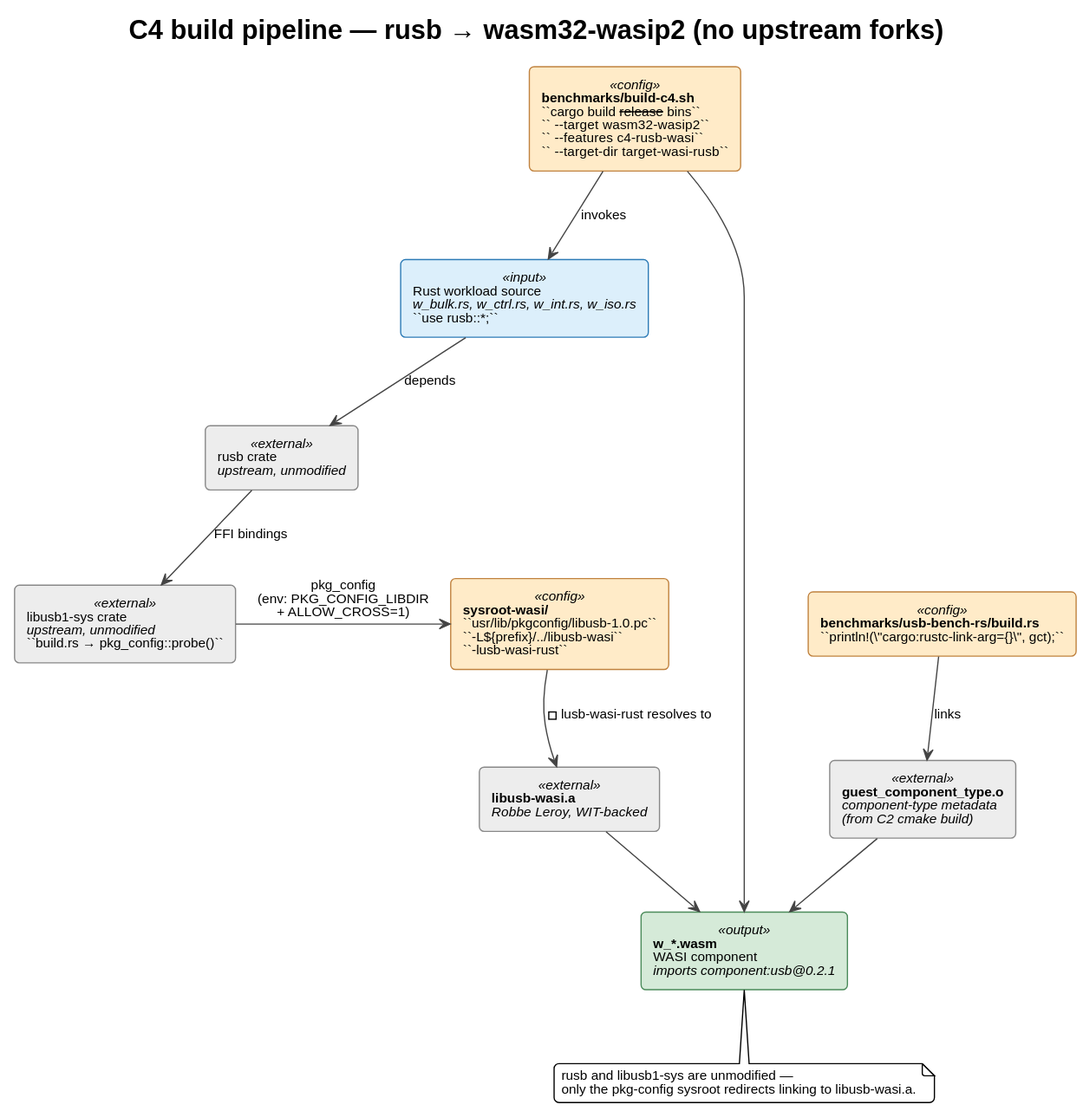
Above: diagrams/crosscompile_pipeline.svg in idlab-discover/masters-sibren-wieme (PlantUML), before the change.
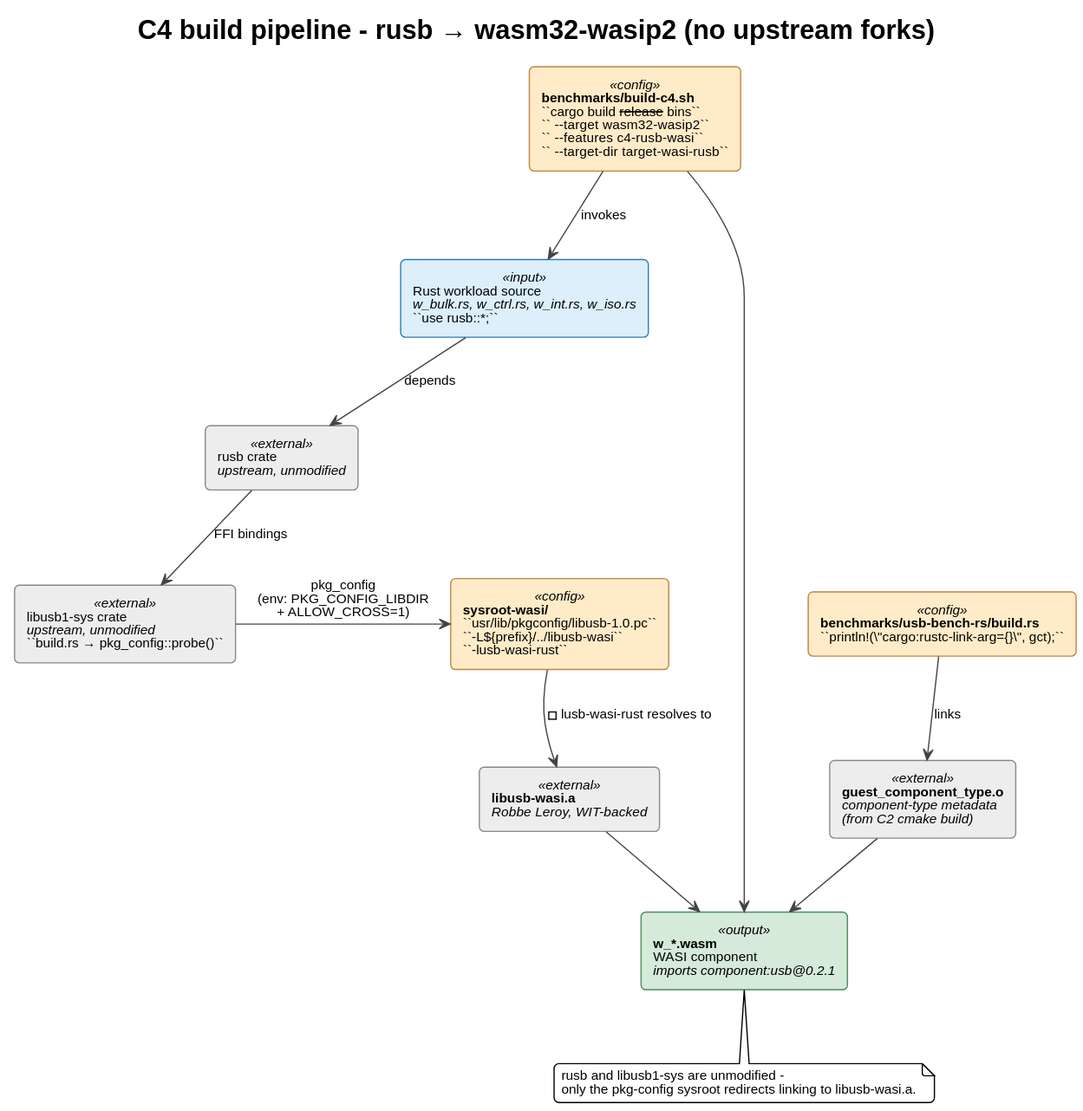
After the commit.

Diff of the diagram source:
```diff
@@ -6,7 +6,7 @@
 skinparam defaultFontSize 11
 skinparam ArrowColor #444
 
-title C4 build pipeline — rusb → wasm32-wasip2 (no upstream forks)
+title C4 build pipeline - rusb → wasm32-wasip2 (no upstream forks)
 
 skinparam rectangle {
   BackgroundColor<<input>>  #DCEFFB
@@ -45,7 +45,7 @@
 gct   -down-> wasm
 
 note bottom of wasm
-  rusb and libusb1-sys are unmodified —
+  rusb and libusb1-sys are unmodified -
   only the pkg-config sysroot redirects linking to libusb-wasi.a.
 end note
 @enduml
```
